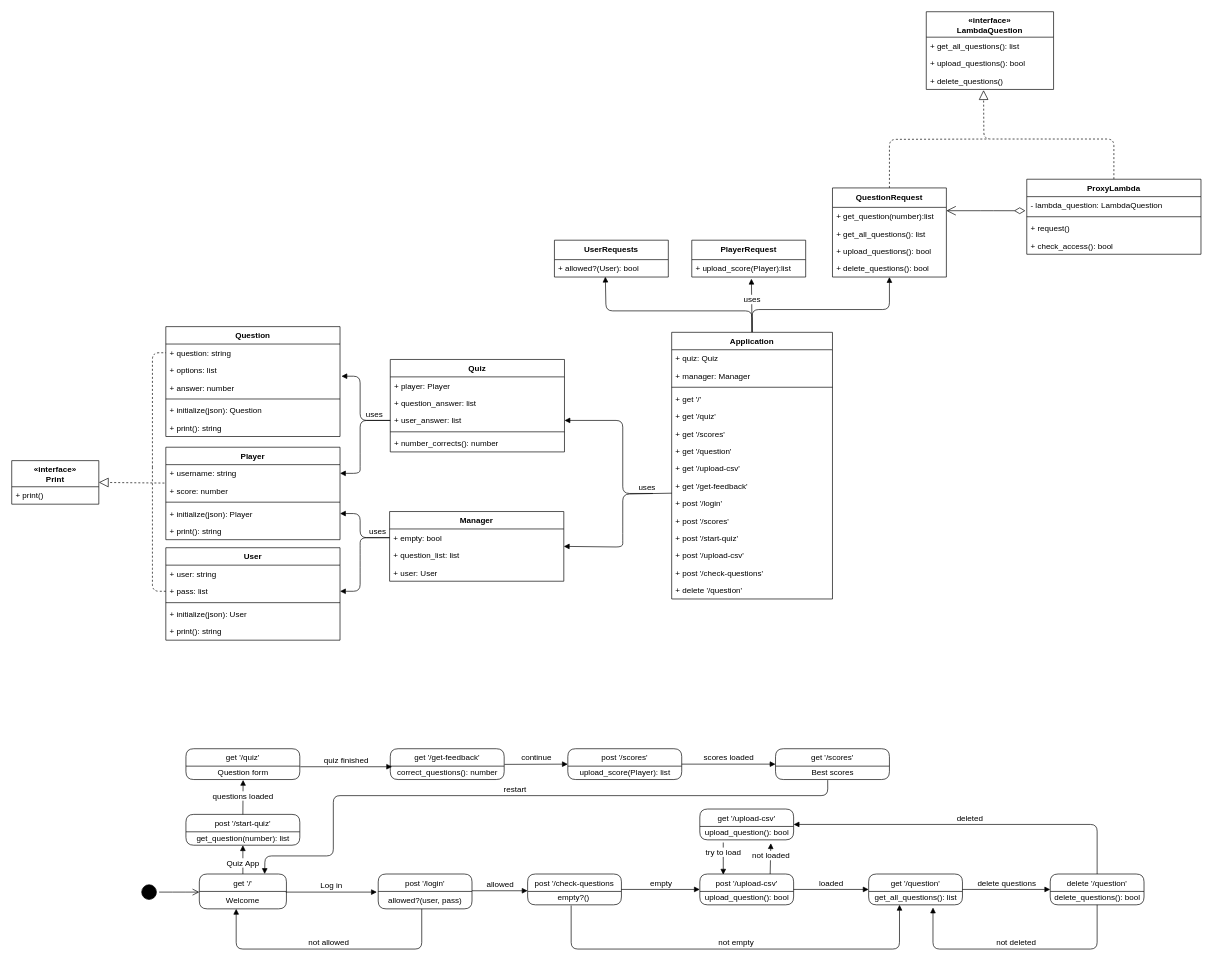
Before: docs/logical-view.drawio in FelipeOsornio/QuizApp, a draw.io diagram. Source tidied: cells renumbered, new cells numbered last; positions are measured from the earlier drawing's top-left corner, leaving out a move shared by most shapes. Both pictures are drawn from the tidied source at 67%, with x=0, y=0 at pixel (11, 11).
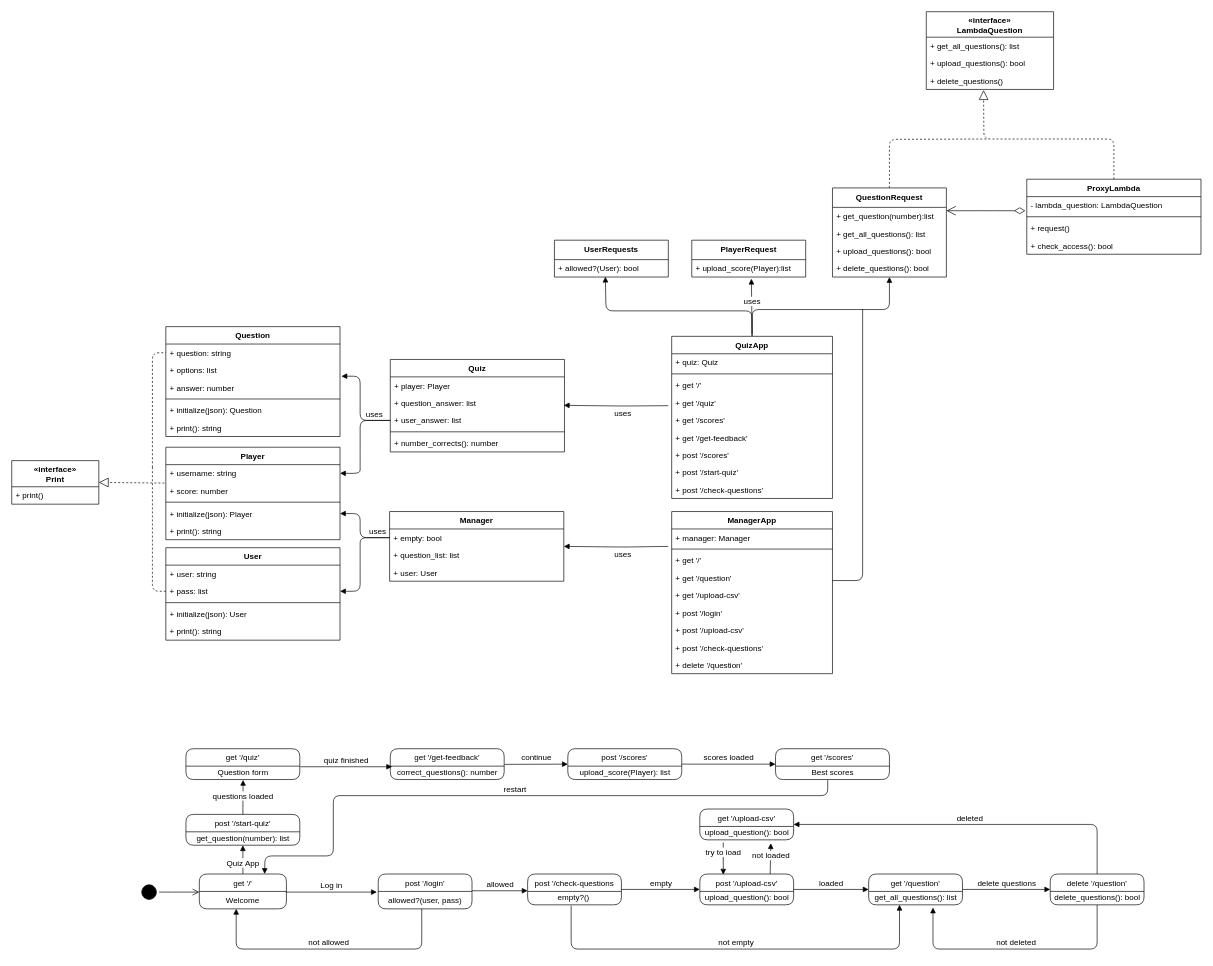
The same page after the edit.

The change refers to these unchanged cells:
```xml
<mxCell id="61" value="+ user_answer: list " style="text;strokeColor=none;fillColor=none;align=left;verticalAlign=top;spacingLeft=4;spacingRight=4;overflow=hidden;points=[[0,0.5],[1,0.5]];portConstraint=eastwest;" parent="58" vertex="1">
  <mxGeometry y="78" width="260" height="26" as="geometry" />
</mxCell>
<mxCell id="85" value="Manager" style="swimlane;fontStyle=1;align=center;verticalAlign=top;horizontal=1;startSize=26;fontSize=12;" parent="1" vertex="1">
  <mxGeometry x="564" y="746" width="260" height="104" as="geometry" />
</mxCell>
```

The edit, as a diff of the source:
```diff
@@
-    <mxCell id="89" value="Application" style="swimlane;fontStyle=1;align=center;verticalAlign=top;horizontal=1;startSize=26;fontSize=12;" parent="1" vertex="1">
-      <mxGeometry x="985" y="478.5" width="240" height="398" as="geometry" />
+    <mxCell id="89" value="QuizApp" style="swimlane;fontStyle=1;align=center;verticalAlign=top;horizontal=1;startSize=26;fontSize=12;" parent="1" vertex="1">
+      <mxGeometry x="985" y="484.5" width="240" height="242" as="geometry" />
     </mxCell>
@@
-    <mxCell id="91" value="+ manager: Manager" style="text;strokeColor=none;fillColor=none;align=left;verticalAlign=top;spacingLeft=4;spacingRight=4;overflow=hidden;" parent="89" vertex="1">
-      <mxGeometry y="52" width="240" height="26" as="geometry" />
-    </mxCell>
     <mxCell id="92" style="line;strokeWidth=1;fillColor=none;align=left;verticalAlign=middle;spacingTop=-1;spacingLeft=3;spacingRight=3;labelPosition=right;" parent="89" vertex="1">
-      <mxGeometry y="78" width="240" height="8" as="geometry" />
+      <mxGeometry y="52" width="240" height="8" as="geometry" />
     </mxCell>
     <mxCell id="93" value="+ get '/'" style="text;strokeColor=none;fillColor=none;align=left;verticalAlign=top;spacingLeft=4;spacingRight=4;overflow=hidden;" parent="89" vertex="1">
-      <mxGeometry y="86" width="240" height="26" as="geometry" />
+      <mxGeometry y="60" width="240" height="26" as="geometry" />
     </mxCell>
     <mxCell id="94" value="+ get '/quiz'" style="text;strokeColor=none;fillColor=none;align=left;verticalAlign=top;spacingLeft=4;spacingRight=4;overflow=hidden;" parent="89" vertex="1">
-      <mxGeometry y="112" width="240" height="26" as="geometry" />
+      <mxGeometry y="86" width="240" height="26" as="geometry" />
     </mxCell>
     <mxCell id="95" value="+ get '/scores'" style="text;strokeColor=none;fillColor=none;align=left;verticalAlign=top;spacingLeft=4;spacingRight=4;overflow=hidden;" parent="89" vertex="1">
-      <mxGeometry y="138" width="240" height="26" as="geometry" />
+      <mxGeometry y="112" width="240" height="26" as="geometry" />
     </mxCell>
-    <mxCell id="96" value="+ get '/question'" style="text;strokeColor=none;fillColor=none;align=left;verticalAlign=top;spacingLeft=4;spacingRight=4;overflow=hidden;" parent="89" vertex="1">
-      <mxGeometry y="164" width="240" height="26" as="geometry" />
-    </mxCell>
-    <mxCell id="97" value="+ get '/upload-csv'" style="text;strokeColor=none;fillColor=none;align=left;verticalAlign=top;spacingLeft=4;spacingRight=4;overflow=hidden;" parent="89" vertex="1">
-      <mxGeometry y="190" width="240" height="26" as="geometry" />
-    </mxCell>
     <mxCell id="98" value="+ get '/get-feedback'" style="text;strokeColor=none;fillColor=none;align=left;verticalAlign=top;spacingLeft=4;spacingRight=4;overflow=hidden;" parent="89" vertex="1">
-      <mxGeometry y="216" width="240" height="26" as="geometry" />
+      <mxGeometry y="138" width="240" height="26" as="geometry" />
     </mxCell>
-    <mxCell id="99" value="+ post '/login'" style="text;strokeColor=none;fillColor=none;align=left;verticalAlign=top;spacingLeft=4;spacingRight=4;overflow=hidden;" parent="89" vertex="1">
-      <mxGeometry y="242" width="240" height="26" as="geometry" />
-    </mxCell>
     <mxCell id="100" value="+ post '/scores'" style="text;strokeColor=none;fillColor=none;align=left;verticalAlign=top;spacingLeft=4;spacingRight=4;overflow=hidden;" parent="89" vertex="1">
-      <mxGeometry y="268" width="240" height="26" as="geometry" />
+      <mxGeometry y="164" width="240" height="26" as="geometry" />
     </mxCell>
     <mxCell id="101" value="+ post '/start-quiz'" style="text;strokeColor=none;fillColor=none;align=left;verticalAlign=top;spacingLeft=4;spacingRight=4;overflow=hidden;" parent="89" vertex="1">
-      <mxGeometry y="294" width="240" height="26" as="geometry" />
+      <mxGeometry y="190" width="240" height="26" as="geometry" />
     </mxCell>
-    <mxCell id="102" value="+ post '/upload-csv'" style="text;strokeColor=none;fillColor=none;align=left;verticalAlign=top;spacingLeft=4;spacingRight=4;overflow=hidden;" parent="89" vertex="1">
-      <mxGeometry y="320" width="240" height="26" as="geometry" />
-    </mxCell>
     <mxCell id="103" value="+ post '/check-questions'" style="text;strokeColor=none;fillColor=none;align=left;verticalAlign=top;spacingLeft=4;spacingRight=4;overflow=hidden;" parent="89" vertex="1">
-      <mxGeometry y="346" width="240" height="26" as="geometry" />
+      <mxGeometry y="216" width="240" height="26" as="geometry" />
     </mxCell>
-    <mxCell id="104" value="+ delete '/question'" style="text;strokeColor=none;fillColor=none;align=left;verticalAlign=top;spacingLeft=4;spacingRight=4;overflow=hidden;" parent="89" vertex="1">
-      <mxGeometry y="372" width="240" height="26" as="geometry" />
-    </mxCell>
@@
-    <mxCell id="123" style="html=1;verticalAlign=bottom;endArrow=block;strokeColor=#000000;fontSize=12;exitX=0;exitY=0.5;exitDx=0;exitDy=0;entryX=1;entryY=0.5;entryDx=0;entryDy=0;" parent="1" edge="1" target="61">
-      <mxGeometry relative="1" as="geometry">
-        <mxPoint x="957" y="719" as="sourcePoint" />
-        <Array as="points">
-          <mxPoint x="912" y="719" />
-          <mxPoint x="912" y="610" />
-        </Array>
-      </mxGeometry>
-    </mxCell>
-    <mxCell id="124" value="uses" style="html=1;verticalAlign=bottom;endArrow=block;strokeColor=#000000;fontSize=12;entryX=1;entryY=0.5;entryDx=0;entryDy=0;exitX=0.001;exitY=-0.113;exitDx=0;exitDy=0;exitPerimeter=0;" parent="1" edge="1" target="85">
-      <mxGeometry x="-0.7" relative="1" as="geometry">
-        <mxPoint x="985.2" y="718.6" as="sourcePoint" />
+    <mxCell id="124" value="uses" style="html=1;verticalAlign=bottom;endArrow=block;strokeColor=#000000;fontSize=12;entryX=1;entryY=0.5;entryDx=0;entryDy=0;" parent="1" edge="1" target="85">
+      <mxGeometry x="-0.13" y="21" relative="1" as="geometry">
+        <mxPoint x="980" y="798" as="sourcePoint" />
         <Array as="points">
-          <mxPoint x="912" y="720" />
-          <mxPoint x="912" y="779" />
           <mxPoint x="912" y="799" />
         </Array>
-        <mxPoint x="-1" as="offset" />
       </mxGeometry>
     </mxCell>
+    <mxCell id="125" value="ManagerApp" style="swimlane;fontStyle=1;align=center;verticalAlign=top;horizontal=1;startSize=26;fontSize=12;" parent="1" vertex="1">
+      <mxGeometry x="985" y="746" width="240" height="242" as="geometry" />
+    </mxCell>
+    <mxCell id="91" value="+ manager: Manager" style="text;strokeColor=none;fillColor=none;align=left;verticalAlign=top;spacingLeft=4;spacingRight=4;overflow=hidden;" parent="125" vertex="1">
+      <mxGeometry y="26" width="240" height="26" as="geometry" />
+    </mxCell>
+    <mxCell id="126" style="line;strokeWidth=1;fillColor=none;align=left;verticalAlign=middle;spacingTop=-1;spacingLeft=3;spacingRight=3;labelPosition=right;" parent="125" vertex="1">
+      <mxGeometry y="52" width="240" height="8" as="geometry" />
+    </mxCell>
+    <mxCell id="127" value="+ get '/'" style="text;strokeColor=none;fillColor=none;align=left;verticalAlign=top;spacingLeft=4;spacingRight=4;overflow=hidden;" parent="125" vertex="1">
+      <mxGeometry y="60" width="240" height="26" as="geometry" />
+    </mxCell>
+    <mxCell id="96" value="+ get '/question'" style="text;strokeColor=none;fillColor=none;align=left;verticalAlign=top;spacingLeft=4;spacingRight=4;overflow=hidden;" parent="125" vertex="1">
+      <mxGeometry y="86" width="240" height="26" as="geometry" />
+    </mxCell>
+    <mxCell id="97" value="+ get '/upload-csv'" style="text;strokeColor=none;fillColor=none;align=left;verticalAlign=top;spacingLeft=4;spacingRight=4;overflow=hidden;" parent="125" vertex="1">
+      <mxGeometry y="112" width="240" height="26" as="geometry" />
+    </mxCell>
+    <mxCell id="99" value="+ post '/login'" style="text;strokeColor=none;fillColor=none;align=left;verticalAlign=top;spacingLeft=4;spacingRight=4;overflow=hidden;" parent="125" vertex="1">
+      <mxGeometry y="138" width="240" height="26" as="geometry" />
+    </mxCell>
+    <mxCell id="102" value="+ post '/upload-csv'" style="text;strokeColor=none;fillColor=none;align=left;verticalAlign=top;spacingLeft=4;spacingRight=4;overflow=hidden;" parent="125" vertex="1">
+      <mxGeometry y="164" width="240" height="26" as="geometry" />
+    </mxCell>
+    <mxCell id="128" value="+ post '/check-questions'" style="text;strokeColor=none;fillColor=none;align=left;verticalAlign=top;spacingLeft=4;spacingRight=4;overflow=hidden;" parent="125" vertex="1">
+      <mxGeometry y="190" width="240" height="26" as="geometry" />
+    </mxCell>
+    <mxCell id="104" value="+ delete '/question'" style="text;strokeColor=none;fillColor=none;align=left;verticalAlign=top;spacingLeft=4;spacingRight=4;overflow=hidden;" parent="125" vertex="1">
+      <mxGeometry y="216" width="240" height="26" as="geometry" />
+    </mxCell>
+    <mxCell id="129" value="uses" style="html=1;verticalAlign=bottom;endArrow=block;strokeColor=#000000;fontSize=12;entryX=1;entryY=0.5;entryDx=0;entryDy=0;" parent="1" edge="1">
+      <mxGeometry x="-0.13" y="21" relative="1" as="geometry">
+        <mxPoint x="980" y="588" as="sourcePoint" />
+        <mxPoint x="824" y="587.5" as="targetPoint" />
+        <Array as="points">
+          <mxPoint x="912" y="588.5" />
+        </Array>
+      </mxGeometry>
+    </mxCell>
+    <mxCell id="130" style="endArrow=none;html=1;exitX=1;exitY=0.5;exitDx=0;exitDy=0;" parent="1" edge="1">
+      <mxGeometry relative="1" as="geometry">
+        <mxPoint x="1225" y="849" as="sourcePoint" />
+        <mxPoint x="1270" y="444" as="targetPoint" />
+        <Array as="points">
+          <mxPoint x="1270" y="849" />
+        </Array>
+      </mxGeometry>
+    </mxCell>
```
